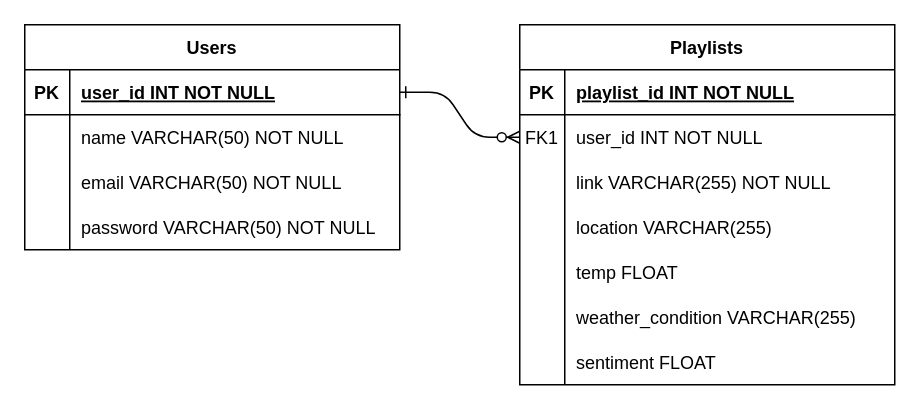
ambaye18/cs411-a5-team5 keeps this draw.io diagram as docs/cs411-project-ERD.drawio. Above is the earlier version. Source tidied: cells renumbered, new cells numbered last; positions are measured from the earlier drawing's top-left corner, leaving out a move shared by most shapes. Both pictures are drawn from the tidied source at 150%, with x=0, y=0 at pixel (24, 24).
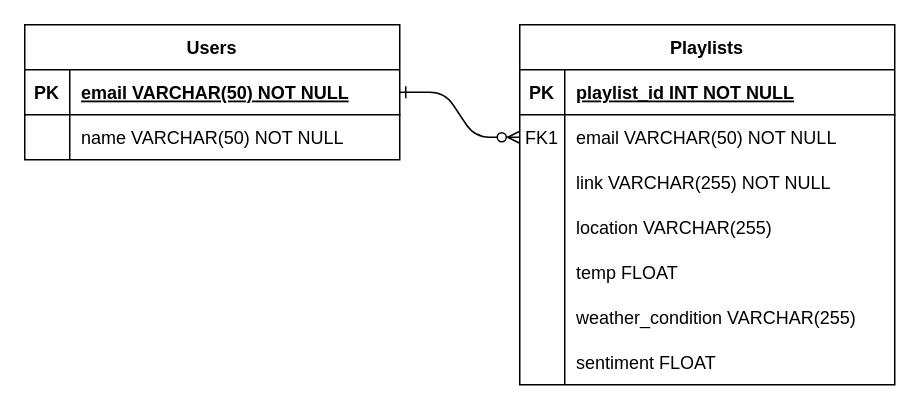
The same page after the edit.

Commit message (it also covers changes not shown here):
Update ERD diagram for current db

The change refers to these unchanged cells:
```xml
<mxCell id="7" style="shape=partialRectangle;fillColor=none;points=[[0,0.5],[1,0.5]];portConstraint=eastwest;top=0;left=0;right=0;bottom=0;" parent="3" vertex="1">
  <mxGeometry y="60" width="250" height="30" as="geometry" />
</mxCell>
<mxCell id="26" style="shape=partialRectangle;fillColor=none;points=[[0,0.5],[1,0.5]];portConstraint=eastwest;top=0;left=0;right=0;bottom=1;" parent="25" vertex="1">
  <mxGeometry y="30" width="250" height="30" as="geometry" />
</mxCell>
```

Diff of the diagram source:
```diff
@@
-    <mxCell id="9" value="user_id INT NOT NULL" style="shape=partialRectangle;overflow=hidden;fillColor=none;top=0;left=0;bottom=0;right=0;align=left;spacingLeft=6;" parent="7" vertex="1">
+    <mxCell id="9" value="email VARCHAR(50) NOT NULL" style="shape=partialRectangle;overflow=hidden;fillColor=none;top=0;left=0;bottom=0;right=0;align=left;spacingLeft=6;" parent="7" vertex="1">
       <mxGeometry x="30" width="220" height="30" as="geometry" />
     </mxCell>
@@
     <mxCell id="25" value="Users" style="shape=table;startSize=30;childLayout=tableLayout;rowLines=0;fontStyle=1;align=center;" parent="1" vertex="1">
-      <mxGeometry width="250" height="150" as="geometry" />
+      <mxGeometry width="250" height="90" as="geometry" />
     </mxCell>
@@
-    <mxCell id="28" value="user_id INT NOT NULL " style="shape=partialRectangle;overflow=hidden;fillColor=none;top=0;left=0;bottom=0;right=0;align=left;spacingLeft=6;fontStyle=5;" parent="26" vertex="1">
+    <mxCell id="28" value="email VARCHAR(50) NOT NULL " style="shape=partialRectangle;overflow=hidden;fillColor=none;top=0;left=0;bottom=0;right=0;align=left;spacingLeft=6;fontStyle=5;" parent="26" vertex="1">
       <mxGeometry x="30" width="220" height="30" as="geometry" />
     </mxCell>
@@
-    <mxCell id="32" style="shape=partialRectangle;fillColor=none;top=0;left=0;right=0;bottom=0;" parent="25" vertex="1">
-      <mxGeometry y="90" width="250" height="30" as="geometry" />
-    </mxCell>
-    <mxCell id="33" style="shape=partialRectangle;overflow=hidden;fillColor=none;top=0;left=0;bottom=0;right=0;" parent="32" vertex="1">
-      <mxGeometry width="30" height="30" as="geometry" />
-    </mxCell>
-    <mxCell id="34" value="email VARCHAR(50) NOT NULL" style="shape=partialRectangle;overflow=hidden;fillColor=none;top=0;left=0;bottom=0;right=0;align=left;spacingLeft=6;" parent="32" vertex="1">
-      <mxGeometry x="30" width="220" height="30" as="geometry" />
-    </mxCell>
-    <mxCell id="35" style="shape=partialRectangle;fillColor=none;top=0;left=0;right=0;bottom=0;" parent="25" vertex="1">
-      <mxGeometry y="120" width="250" height="30" as="geometry" />
-    </mxCell>
-    <mxCell id="36" style="shape=partialRectangle;overflow=hidden;fillColor=none;top=0;left=0;bottom=0;right=0;" parent="35" vertex="1">
-      <mxGeometry width="30" height="30" as="geometry" />
-    </mxCell>
-    <mxCell id="37" value="password VARCHAR(50) NOT NULL" style="shape=partialRectangle;overflow=hidden;fillColor=none;top=0;left=0;bottom=0;right=0;align=left;spacingLeft=6;" parent="35" vertex="1">
-      <mxGeometry x="30" width="220" height="30" as="geometry" />
-    </mxCell>
```
